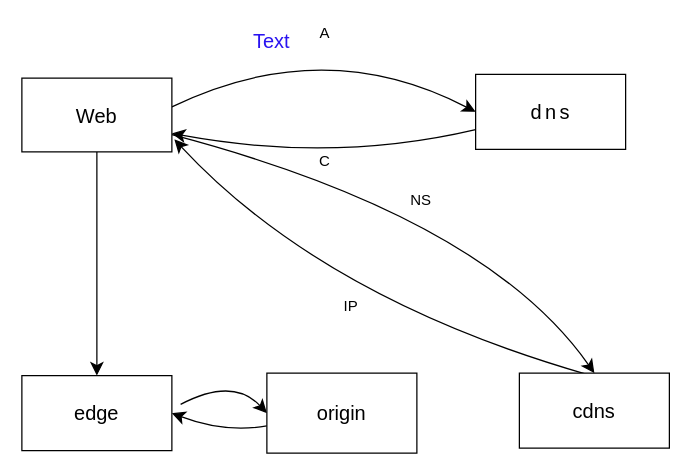
This is cdn.drawio from YoungBreezeM/drawio, a draw.io file, before an edit. Source tidied: cells renumbered, new cells numbered last; positions are measured from the earlier drawing's top-left corner, leaving out a move shared by most shapes. Both pictures are drawn from the tidied source at 125%, with x=0, y=0 at pixel (21, 21).
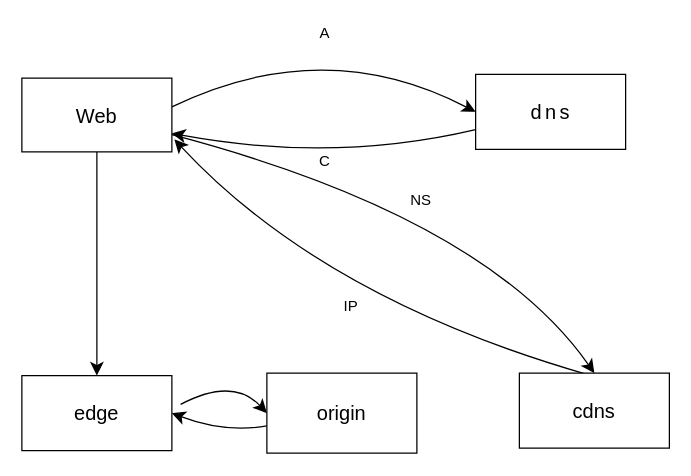
Above is the later version.

Change to the diagram source:
```diff
@@
-    <mxCell id="14" value="Text" style="text;html=1;strokeColor=none;fillColor=none;align=center;verticalAlign=middle;whiteSpace=wrap;rounded=0;fontSize=16;fontColor=#2913F0;" parent="1" vertex="1">
-      <mxGeometry x="170" width="60" height="30" as="geometry" />
-    </mxCell>
```
